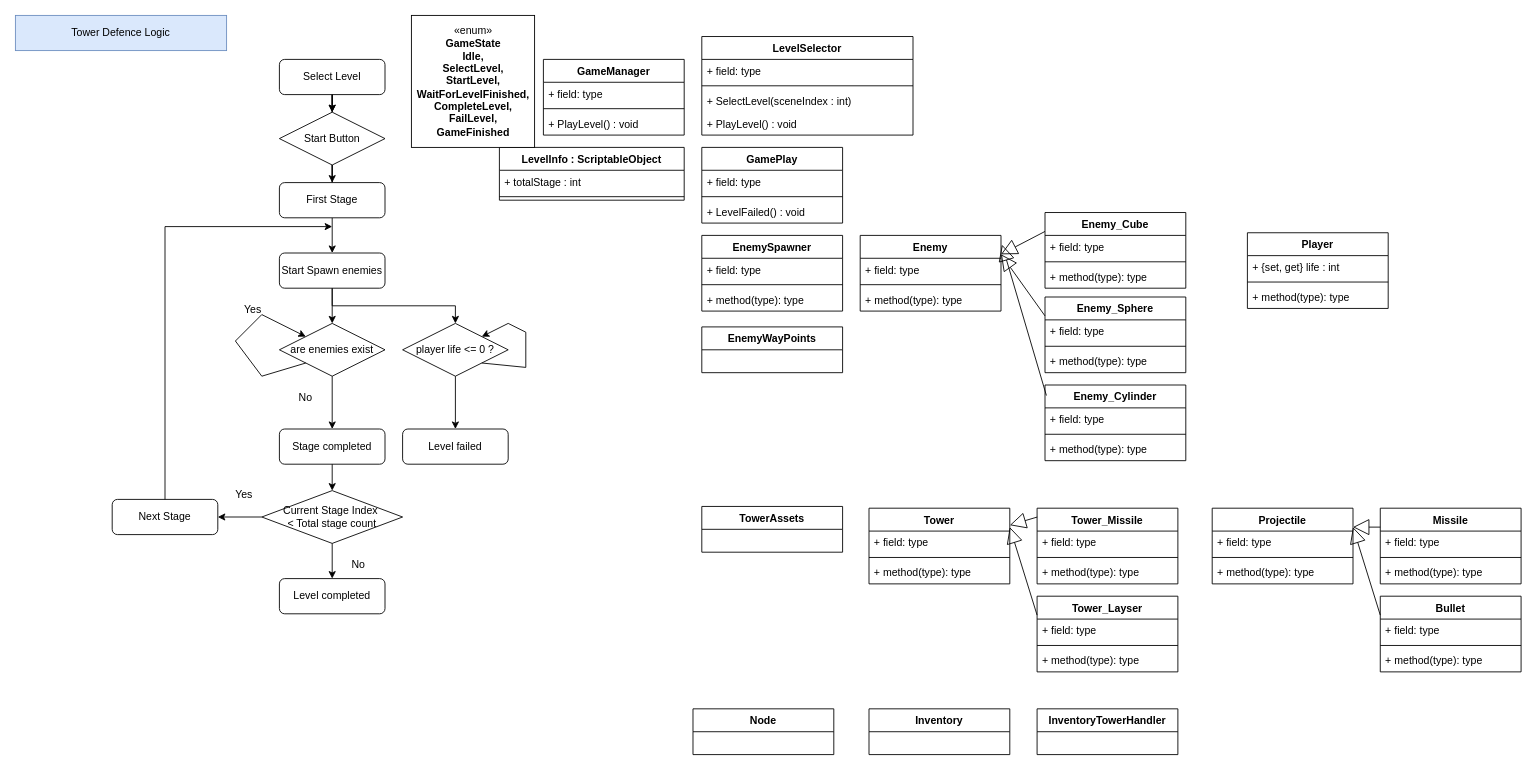
Earlier version of the draw.io diagram TowerDefenceConcept.drawio (luke-youngmin-cho/UnityLessonBasic_1st). Source tidied: cells renumbered, new cells numbered last; positions are measured from the earlier drawing's top-left corner, leaving out a move shared by most shapes. Both pictures are drawn from the tidied source at 88%, with x=0, y=0 at pixel (15, 15).
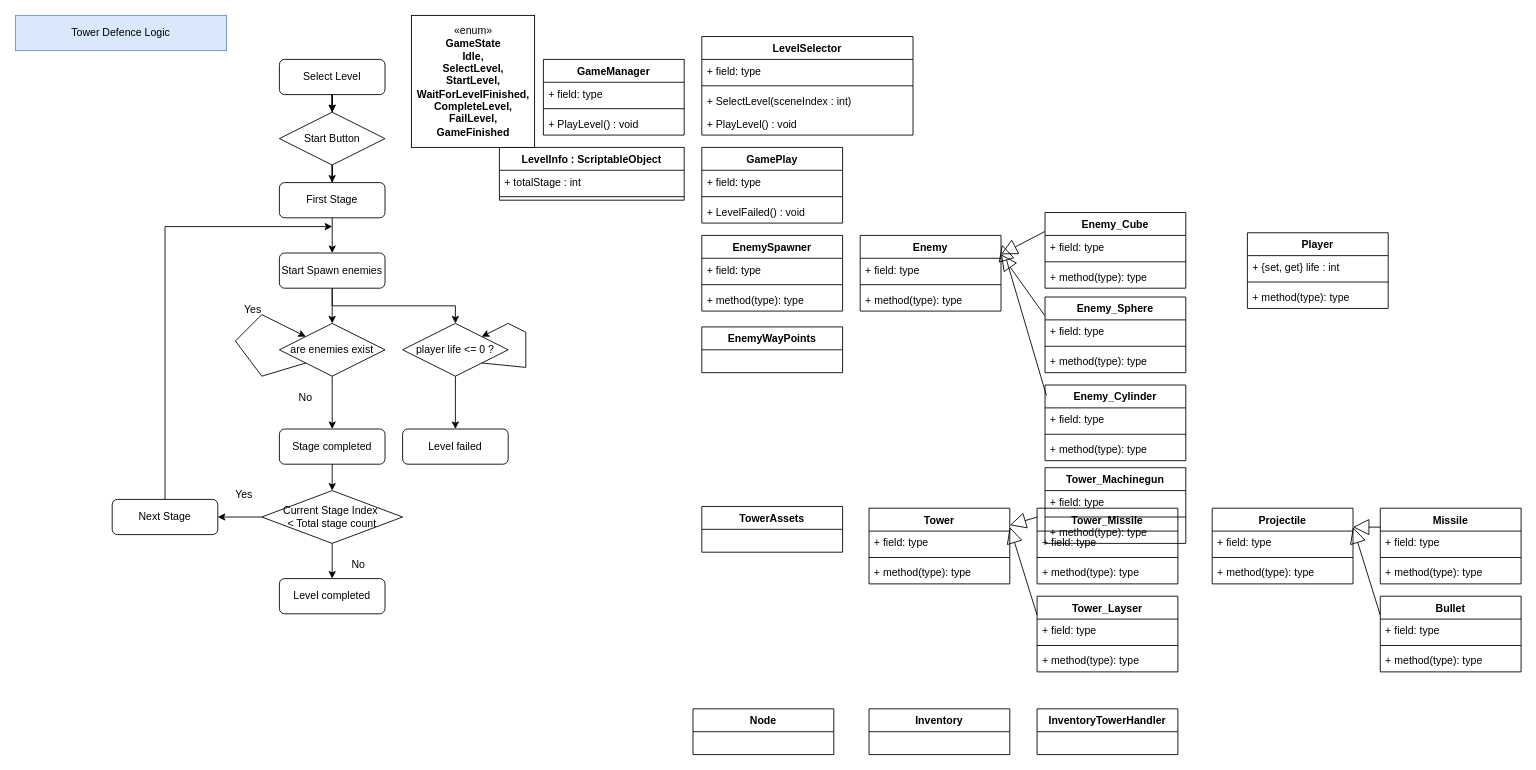
The same diagram, later.

The edit, as a diff of the source:
```diff
@@
+    <mxCell id="109" value="Tower_Machinegun" style="swimlane;fontStyle=1;align=center;verticalAlign=top;horizontal=1;startSize=26;" parent="1" vertex="1">
+      <mxGeometry x="1170" y="514" width="160" height="86" as="geometry" />
+    </mxCell>
+    <mxCell id="110" value="+ field: type" style="text;strokeColor=none;fillColor=none;align=left;verticalAlign=top;spacingLeft=4;spacingRight=4;overflow=hidden;" parent="109" vertex="1">
+      <mxGeometry y="26" width="160" height="26" as="geometry" />
+    </mxCell>
+    <mxCell id="111" style="line;strokeWidth=1;fillColor=none;align=left;verticalAlign=middle;spacingTop=-1;spacingLeft=3;spacingRight=3;labelPosition=right;" parent="109" vertex="1">
+      <mxGeometry y="52" width="160" height="8" as="geometry" />
+    </mxCell>
+    <mxCell id="112" value="+ method(type): type" style="text;strokeColor=none;fillColor=none;align=left;verticalAlign=top;spacingLeft=4;spacingRight=4;overflow=hidden;" parent="109" vertex="1">
+      <mxGeometry y="60" width="160" height="26" as="geometry" />
+    </mxCell>
```
